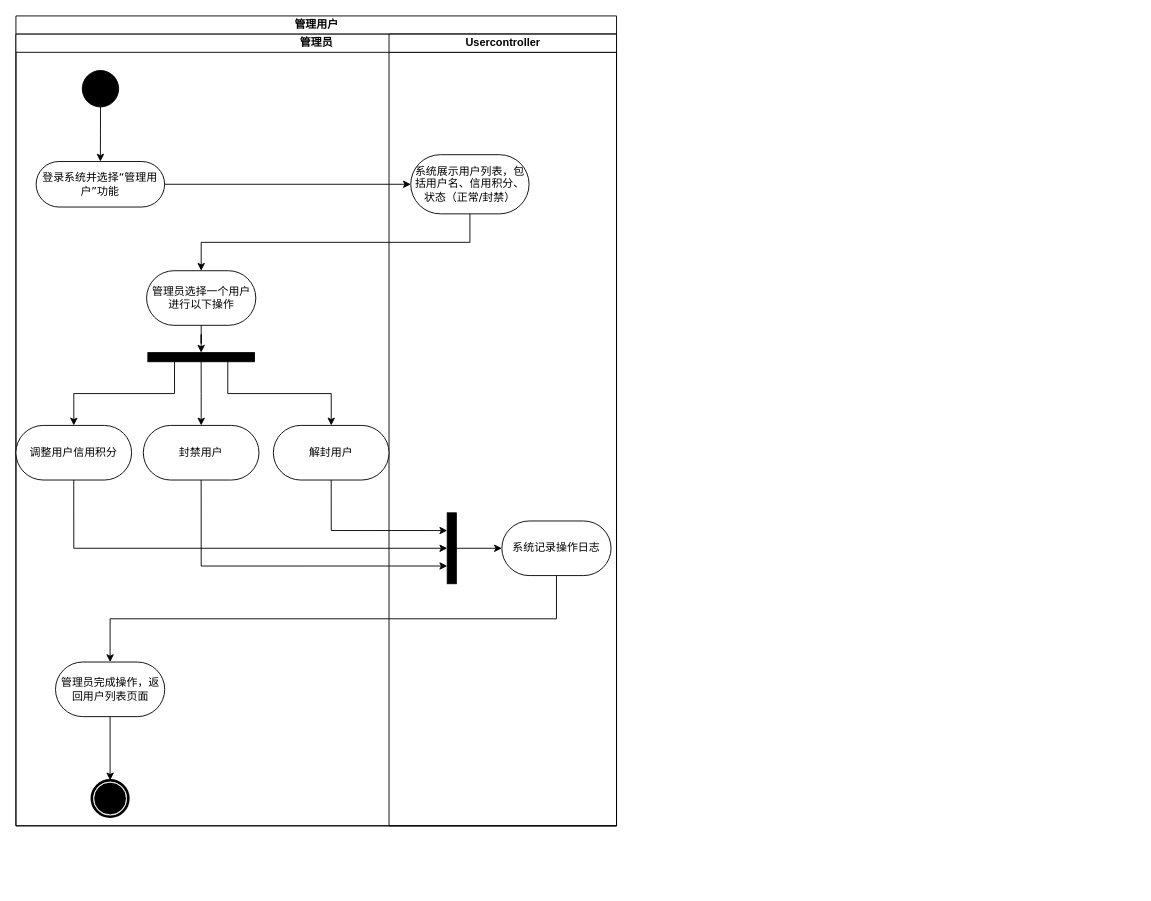
This is page "功能建模" (1 of 2) of 文档/需求分析规约文档/三种建模/05管理用户用例建模.drawio from w1ntercube/TJ-SE-Design, a draw.io file, before an edit. Source tidied: cells renumbered, new cells numbered last; positions are measured from the earlier drawing's top-left corner, leaving out a move shared by most shapes. Both pictures are drawn from the tidied source at 91%, with x=0, y=0 at pixel (15, 15).
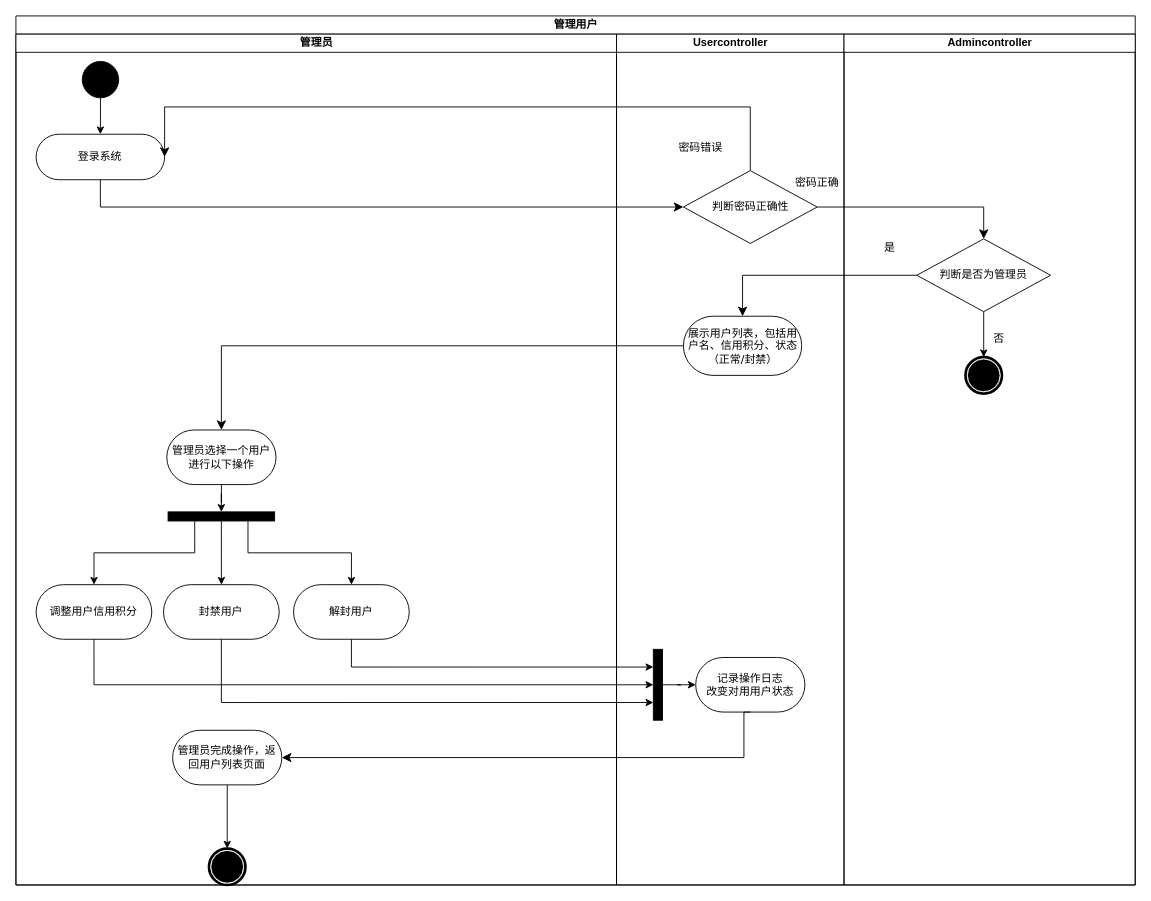
After the change.

Diff of the diagram source:
```diff
@@
     <mxCell id="2" value="管理用户" style="swimlane;html=1;startSize=20;rounded=0;shadow=0;comic=0;labelBackgroundColor=none;strokeWidth=1;fontFamily=Verdana;fontSize=12;align=center;" parent="1" vertex="1">
-      <mxGeometry width="660" height="890" as="geometry" />
+      <mxGeometry width="1230" height="955" as="geometry" />
     </mxCell>
     <mxCell id="3" value="管理员" style="swimlane;html=1;startSize=20;" parent="2" vertex="1">
-      <mxGeometry y="20" width="660" height="870" as="geometry" />
+      <mxGeometry y="20" width="660" height="935" as="geometry" />
     </mxCell>
-    <mxCell id="4" value="登录系统并选择“管理用户”功能" style="rounded=1;whiteSpace=wrap;html=1;shadow=0;comic=0;labelBackgroundColor=none;strokeWidth=1;fontFamily=Verdana;fontSize=12;align=center;arcSize=50;" parent="3" vertex="1">
-      <mxGeometry x="22.2" y="140" width="141.2" height="50" as="geometry" />
+    <mxCell id="4" value="登录系统" style="rounded=1;whiteSpace=wrap;html=1;shadow=0;comic=0;labelBackgroundColor=none;strokeWidth=1;fontFamily=Verdana;fontSize=12;align=center;arcSize=50;" parent="3" vertex="1">
+      <mxGeometry x="22.2" y="110" width="141.2" height="50" as="geometry" />
     </mxCell>
@@
     <mxCell id="6" style="ellipse;whiteSpace=wrap;html=1;rounded=0;shadow=0;comic=0;labelBackgroundColor=none;strokeWidth=1;fillColor=#000000;fontFamily=Verdana;fontSize=12;align=center;" parent="3" vertex="1">
-      <mxGeometry x="72.9" y="40" width="40" height="40" as="geometry" />
+      <mxGeometry x="72.9" y="30" width="40" height="40" as="geometry" />
     </mxCell>
-    <mxCell id="7" value="Usercontroller" style="swimlane;html=1;startSize=20;" parent="3" vertex="1">
-      <mxGeometry x="410" width="250" height="870" as="geometry" />
-    </mxCell>
-    <mxCell id="8" style="edgeStyle=orthogonalEdgeStyle;rounded=0;jettySize=auto;html=1;exitX=0.5;exitY=0;exitDx=0;exitDy=0;" parent="7" edge="1" source="9" target="10">
-      <mxGeometry relative="1" as="geometry" />
-    </mxCell>
-    <mxCell id="9" style="rounded=0;whiteSpace=wrap;html=1;fontSize=12;fillColor=#000000;rotation=90;" parent="7" vertex="1">
-      <mxGeometry x="30" y="560" width="77.9" height="10" as="geometry" />
-    </mxCell>
-    <mxCell id="10" value="系统记录操作日志" style="whiteSpace=wrap;html=1;fontFamily=Verdana;rounded=1;shadow=0;comic=0;labelBackgroundColor=none;strokeWidth=1;arcSize=50;" parent="7" vertex="1">
-      <mxGeometry x="124" y="535" width="120" height="60" as="geometry" />
-    </mxCell>
     <mxCell id="11" value="管理员选择一个用户进行以下操作" style="whiteSpace=wrap;html=1;fontFamily=Verdana;rounded=1;shadow=0;comic=0;labelBackgroundColor=none;strokeWidth=1;arcSize=50;" parent="3" vertex="1">
-      <mxGeometry x="143.6" y="260" width="120" height="60" as="geometry" />
+      <mxGeometry x="165.8" y="435" width="120" height="60" as="geometry" />
     </mxCell>
@@
     <mxCell id="16" style="rounded=0;whiteSpace=wrap;html=1;fontSize=12;fillColor=#000000;" parent="3" vertex="1">
-      <mxGeometry x="145" y="350" width="117.1" height="10" as="geometry" />
+      <mxGeometry x="167.2" y="525" width="117.1" height="10" as="geometry" />
     </mxCell>
     <mxCell id="17" value="调整用户信用积分" style="whiteSpace=wrap;html=1;fontFamily=Verdana;rounded=1;shadow=0;comic=0;labelBackgroundColor=none;strokeWidth=1;arcSize=50;" parent="3" vertex="1">
-      <mxGeometry y="430" width="127.1" height="60" as="geometry" />
+      <mxGeometry x="22.2" y="605" width="127.1" height="60" as="geometry" />
     </mxCell>
-    <mxCell id="18" style="edgeStyle=orthogonalEdgeStyle;rounded=0;jettySize=auto;html=1;exitX=0.5;exitY=1;exitDx=0;exitDy=0;entryX=0.75;entryY=1;entryDx=0;entryDy=0;" parent="3" edge="1" source="19" target="9">
-      <mxGeometry relative="1" as="geometry" />
-    </mxCell>
     <mxCell id="19" value="封禁用户" style="whiteSpace=wrap;html=1;fontFamily=Verdana;rounded=1;shadow=0;comic=0;labelBackgroundColor=none;strokeWidth=1;arcSize=50;" parent="3" vertex="1">
-      <mxGeometry x="140" y="430" width="127.1" height="60" as="geometry" />
+      <mxGeometry x="162.2" y="605" width="127.1" height="60" as="geometry" />
     </mxCell>
-    <mxCell id="20" style="edgeStyle=orthogonalEdgeStyle;rounded=0;jettySize=auto;html=1;exitX=0.5;exitY=1;exitDx=0;exitDy=0;entryX=0.25;entryY=1;entryDx=0;entryDy=0;" parent="3" edge="1" source="21" target="9">
-      <mxGeometry relative="1" as="geometry" />
-    </mxCell>
     <mxCell id="21" value="解封用户" style="whiteSpace=wrap;html=1;fontFamily=Verdana;rounded=1;shadow=0;comic=0;labelBackgroundColor=none;strokeWidth=1;arcSize=50;" parent="3" vertex="1">
-      <mxGeometry x="282.9" y="430" width="127.1" height="60" as="geometry" />
+      <mxGeometry x="305.1" y="605" width="127.1" height="60" as="geometry" />
     </mxCell>
     <mxCell id="22" value="管理员完成操作，返回用户列表页面" style="whiteSpace=wrap;html=1;fontFamily=Verdana;rounded=1;shadow=0;comic=0;labelBackgroundColor=none;strokeWidth=1;arcSize=50;" parent="3" vertex="1">
-      <mxGeometry x="43.5" y="690" width="120" height="60" as="geometry" />
+      <mxGeometry x="172.2" y="765" width="120" height="60" as="geometry" />
     </mxCell>
@@
+    <mxCell id="25" style="shape=mxgraph.bpmn.shape;html=1;verticalLabelPosition=bottom;labelBackgroundColor=#ffffff;verticalAlign=top;perimeter=ellipsePerimeter;outline=end;symbol=terminate;rounded=0;shadow=0;comic=0;strokeWidth=1;fontFamily=Verdana;fontSize=12;align=center;" parent="3" vertex="1">
+      <mxGeometry x="212.2" y="895" width="40" height="40" as="geometry" />
+    </mxCell>
+    <mxCell id="7" value="Usercontroller" style="swimlane;html=1;startSize=20;" parent="2" vertex="1">
+      <mxGeometry x="660" y="20" width="250" height="935" as="geometry" />
+    </mxCell>
+    <mxCell id="30" value="&lt;span style=&quot;font-family: Verdana;&quot;&gt;判断密码正确性&lt;/span&gt;" style="rhombus;whiteSpace=wrap;html=1;" parent="7" vertex="1">
+      <mxGeometry x="73.5" y="150" width="147" height="80" as="geometry" />
+    </mxCell>
+    <mxCell id="31" value="展示用户列表，包括用户名、信用积分、状态（正常/封禁）" style="whiteSpace=wrap;html=1;fontFamily=Verdana;rounded=1;shadow=0;comic=0;labelBackgroundColor=none;strokeWidth=1;arcSize=50;" parent="7" vertex="1">
+      <mxGeometry x="73.5" y="310" width="130" height="65" as="geometry" />
+    </mxCell>
+    <mxCell id="8" style="edgeStyle=orthogonalEdgeStyle;rounded=0;jettySize=auto;html=1;exitX=0.5;exitY=0;exitDx=0;exitDy=0;" parent="7" edge="1" source="9" target="10">
+      <mxGeometry relative="1" as="geometry" />
+    </mxCell>
+    <mxCell id="9" style="rounded=0;whiteSpace=wrap;html=1;fontSize=12;fillColor=#000000;rotation=90;" parent="7" vertex="1">
+      <mxGeometry x="6.5" y="710" width="77.9" height="10" as="geometry" />
+    </mxCell>
+    <mxCell id="10" value="记录操作日志&lt;div&gt;改变对用用户状态&lt;/div&gt;" style="whiteSpace=wrap;html=1;fontFamily=Verdana;rounded=1;shadow=0;comic=0;labelBackgroundColor=none;strokeWidth=1;arcSize=50;" parent="7" vertex="1">
+      <mxGeometry x="87" y="685" width="120" height="60" as="geometry" />
+    </mxCell>
+    <mxCell id="32" value="密码错误" style="text;html=1;align=center;verticalAlign=middle;strokeColor=none;fillColor=none;" parent="7" vertex="1">
+      <mxGeometry x="57" y="110" width="70" height="30" as="geometry" />
+    </mxCell>
+    <mxCell id="33" value="Admincontroller" style="swimlane;html=1;startSize=20;" parent="2" vertex="1">
+      <mxGeometry x="910" y="20" width="320" height="935" as="geometry" />
+    </mxCell>
+    <mxCell id="34" value="&lt;span style=&quot;font-family: Verdana;&quot;&gt;判断是否为管理员&lt;/span&gt;" style="rhombus;whiteSpace=wrap;html=1;" parent="33" vertex="1">
+      <mxGeometry x="80" y="225" width="147" height="80" as="geometry" />
+    </mxCell>
+    <mxCell id="35" style="endArrow=classic;html=1;rounded=0;exitX=0.5;exitY=1;exitDx=0;exitDy=0;entryX=0.5;entryY=0;entryDx=0;entryDy=0;" parent="33" edge="1" source="34" target="36">
+      <mxGeometry relative="1" as="geometry" />
+    </mxCell>
+    <mxCell id="36" style="shape=mxgraph.bpmn.shape;html=1;verticalLabelPosition=bottom;labelBackgroundColor=#ffffff;verticalAlign=top;perimeter=ellipsePerimeter;outline=end;symbol=terminate;rounded=0;shadow=0;comic=0;strokeWidth=1;fontFamily=Verdana;fontSize=12;align=center;" parent="33" vertex="1">
+      <mxGeometry x="133.5" y="355" width="40" height="40" as="geometry" />
+    </mxCell>
+    <mxCell id="37" value="是" style="text;html=1;align=center;verticalAlign=middle;strokeColor=none;fillColor=none;" parent="33" vertex="1">
+      <mxGeometry x="30" y="220" width="40" height="30" as="geometry" />
+    </mxCell>
+    <mxCell id="38" value="否" style="text;html=1;align=center;verticalAlign=middle;strokeColor=none;fillColor=none;" parent="33" vertex="1">
+      <mxGeometry x="150" y="320" width="40" height="30" as="geometry" />
+    </mxCell>
+    <mxCell id="26" style="edgeStyle=orthogonalEdgeStyle;rounded=0;jettySize=auto;html=1;exitX=0.5;exitY=1;exitDx=0;exitDy=0;entryX=0.5;entryY=1;entryDx=0;entryDy=0;" parent="2" edge="1" source="17" target="9">
+      <mxGeometry relative="1" as="geometry" />
+    </mxCell>
+    <mxCell id="18" style="edgeStyle=orthogonalEdgeStyle;rounded=0;jettySize=auto;html=1;exitX=0.5;exitY=1;exitDx=0;exitDy=0;entryX=0.75;entryY=1;entryDx=0;entryDy=0;" parent="2" edge="1" source="19" target="9">
+      <mxGeometry relative="1" as="geometry" />
+    </mxCell>
+    <mxCell id="20" style="edgeStyle=orthogonalEdgeStyle;rounded=0;jettySize=auto;html=1;exitX=0.5;exitY=1;exitDx=0;exitDy=0;entryX=0.25;entryY=1;entryDx=0;entryDy=0;" parent="2" edge="1" source="21" target="9">
+      <mxGeometry relative="1" as="geometry" />
+    </mxCell>
-    <mxCell id="24" style="edgeStyle=orthogonalEdgeStyle;rounded=0;jettySize=auto;html=1;exitX=0.5;exitY=1;exitDx=0;exitDy=0;" parent="3" edge="1" source="10" target="22">
-      <mxGeometry relative="1" as="geometry" />
+    <mxCell id="24" style="edgeStyle=segmentEdgeStyle;endArrow=classic;html=1;curved=0;rounded=0;endSize=8;startSize=8;entryX=1;entryY=0.5;entryDx=0;entryDy=0;exitX=0.5;exitY=1;exitDx=0;exitDy=0;" parent="2" edge="1" source="10" target="22">
+      <mxGeometry relative="1" as="geometry">
+        <Array as="points">
+          <mxPoint x="800" y="765" />
+          <mxPoint x="800" y="815" />
+        </Array>
+      </mxGeometry>
     </mxCell>
-    <mxCell id="25" style="shape=mxgraph.bpmn.shape;html=1;verticalLabelPosition=bottom;labelBackgroundColor=#ffffff;verticalAlign=top;perimeter=ellipsePerimeter;outline=end;symbol=terminate;rounded=0;shadow=0;comic=0;strokeWidth=1;fontFamily=Verdana;fontSize=12;align=center;" parent="3" vertex="1">
-      <mxGeometry x="83.5" y="820" width="40" height="40" as="geometry" />
-    </mxCell>
-    <mxCell id="26" style="edgeStyle=orthogonalEdgeStyle;rounded=0;jettySize=auto;html=1;exitX=0.5;exitY=1;exitDx=0;exitDy=0;entryX=0.5;entryY=1;entryDx=0;entryDy=0;" parent="3" edge="1" source="17" target="9">
-      <mxGeometry relative="1" as="geometry" />
-    </mxCell>
-    <mxCell id="27" value="系统展示用户列表，包括用户名、信用积分、状态（正常/封禁）" style="whiteSpace=wrap;html=1;fontFamily=Verdana;rounded=1;shadow=0;comic=0;labelBackgroundColor=none;strokeWidth=1;arcSize=50;" parent="1" vertex="1">
-      <mxGeometry x="433.9" y="152.5" width="130" height="65" as="geometry" />
-    </mxCell>
-    <mxCell id="28" style="edgeStyle=orthogonalEdgeStyle;rounded=0;jettySize=auto;html=1;" parent="1" edge="1" source="4" target="27">
-      <mxGeometry relative="1" as="geometry" />
-    </mxCell>
-    <mxCell id="29" style="edgeStyle=orthogonalEdgeStyle;rounded=0;jettySize=auto;html=1;exitX=0.5;exitY=1;exitDx=0;exitDy=0;" parent="1" edge="1" source="27" target="11">
-      <mxGeometry relative="1" as="geometry" />
-    </mxCell>
+    <mxCell id="39" style="edgeStyle=segmentEdgeStyle;endArrow=classic;html=1;curved=0;rounded=0;endSize=8;startSize=8;exitX=0.5;exitY=1;exitDx=0;exitDy=0;entryX=0;entryY=0.5;entryDx=0;entryDy=0;" parent="2" edge="1" source="4" target="30">
+      <mxGeometry relative="1" as="geometry">
+        <Array as="points">
+          <mxPoint x="93" y="210" />
+        </Array>
+      </mxGeometry>
+    </mxCell>
+    <mxCell id="40" style="edgeStyle=segmentEdgeStyle;endArrow=classic;html=1;curved=0;rounded=0;endSize=8;startSize=8;entryX=1;entryY=0.5;entryDx=0;entryDy=0;exitX=0.5;exitY=0;exitDx=0;exitDy=0;" parent="2" edge="1" source="30" target="4">
+      <mxGeometry relative="1" as="geometry">
+        <Array as="points">
+          <mxPoint x="807" y="100" />
+          <mxPoint x="164" y="100" />
+        </Array>
+      </mxGeometry>
+    </mxCell>
+    <mxCell id="41" style="edgeStyle=segmentEdgeStyle;endArrow=classic;html=1;curved=0;rounded=0;endSize=8;startSize=8;entryX=0.5;entryY=0;entryDx=0;entryDy=0;exitX=1;exitY=0.5;exitDx=0;exitDy=0;" parent="2" edge="1" source="30" target="34">
+      <mxGeometry relative="1" as="geometry" />
+    </mxCell>
+    <mxCell id="42" style="edgeStyle=segmentEdgeStyle;endArrow=classic;html=1;curved=0;rounded=0;endSize=8;startSize=8;entryX=0.5;entryY=0;entryDx=0;entryDy=0;exitX=0;exitY=0.5;exitDx=0;exitDy=0;" parent="2" edge="1" source="34" target="31">
+      <mxGeometry relative="1" as="geometry" />
+    </mxCell>
+    <mxCell id="43" style="edgeStyle=segmentEdgeStyle;endArrow=classic;html=1;curved=0;rounded=0;endSize=8;startSize=8;entryX=0.5;entryY=0;entryDx=0;entryDy=0;exitX=0;exitY=0.5;exitDx=0;exitDy=0;" parent="2" edge="1" source="31" target="11">
+      <mxGeometry relative="1" as="geometry" />
+    </mxCell>
+    <mxCell id="44" value="密码正确" style="text;html=1;align=center;verticalAlign=middle;strokeColor=none;fillColor=none;" parent="1" vertex="1">
+      <mxGeometry x="845" y="168" width="70" height="30" as="geometry" />
+    </mxCell>
```
